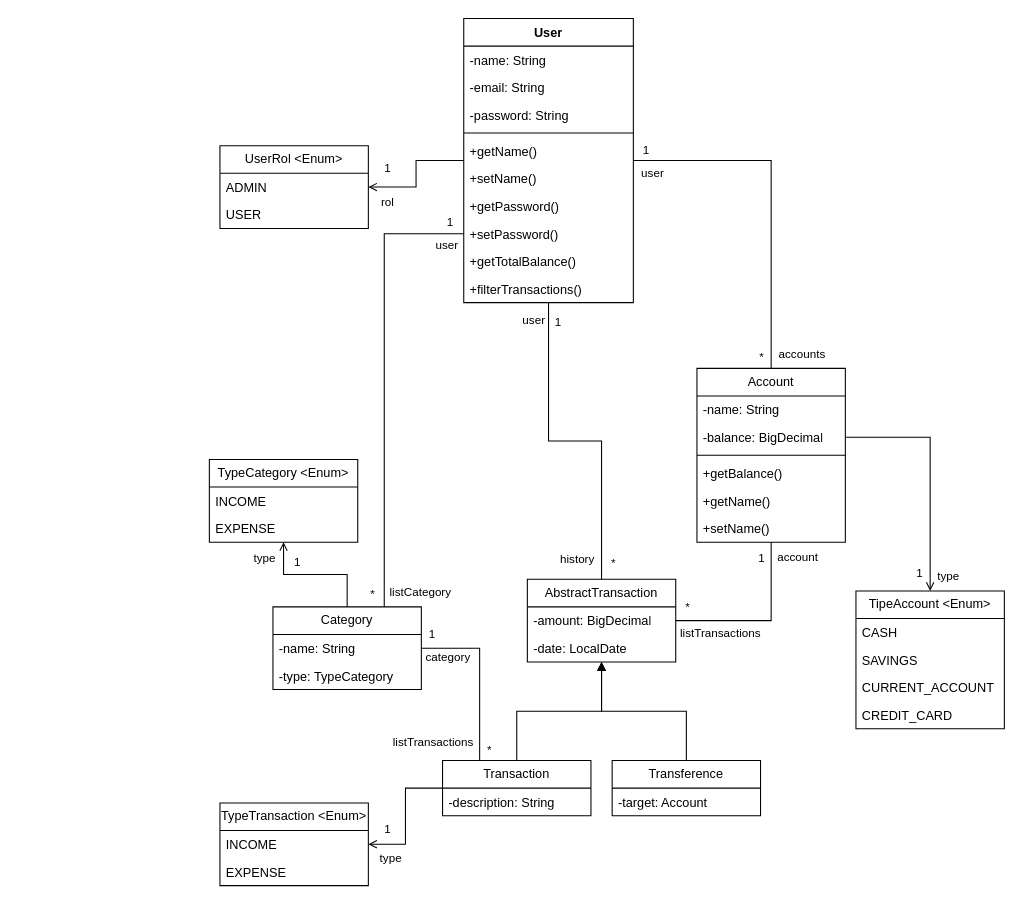
This is design/diagram-class.drawio from Miguelx2201/gestor-financiero, a draw.io file, before an edit. Source tidied: cells renumbered, new cells numbered last; positions are measured from the earlier drawing's top-left corner, leaving out a move shared by most shapes. Both pictures are drawn from the tidied source at 106%, with x=0, y=0 at pixel (209, 18).
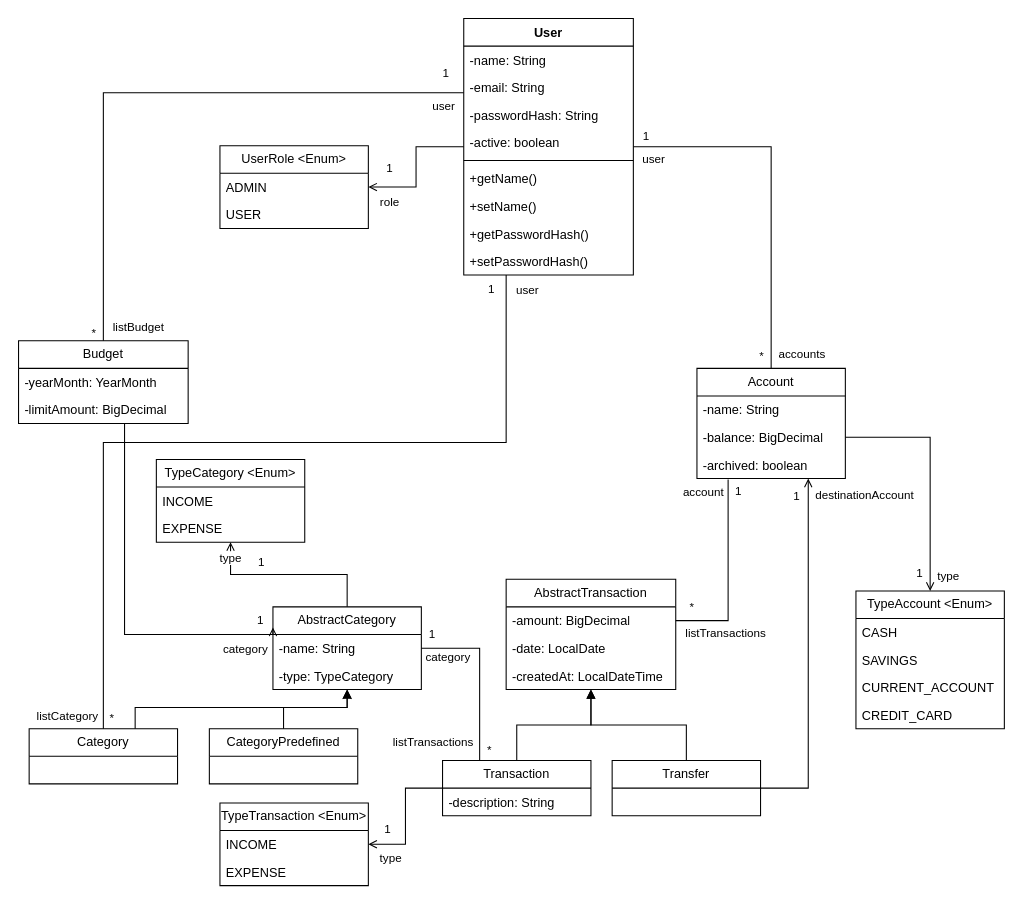
The same page after the edit.

Commit message (it also covers changes not shown here):
feat diagrama de clases

Unchanged cells that the change refers to:
```xml
<mxCell id="2" style="edgeStyle=orthogonalEdgeStyle;rounded=0;jettySize=auto;html=1;entryX=1;entryY=0.5;entryDx=0;entryDy=0;defaultLabelBackgroundColor=page;endArrow=open;endFill=0;" parent="1" edge="1" source="15" target="27">
  <mxGeometry relative="1" as="geometry" />
</mxCell>
```

Change to the diagram source:
```diff
@@
-    <mxCell id="4" value="rol" style="edgeLabel;html=1;align=center;verticalAlign=middle;inheritText=1;defaultLabelBackgroundColor=page;" parent="2" vertex="1">
+    <mxCell id="4" value="role" style="edgeLabel;html=1;align=center;verticalAlign=middle;inheritText=1;defaultLabelBackgroundColor=page;" parent="2" vertex="1">
       <mxGeometry x="0.74" y="2" relative="1" as="geometry">
         <mxPoint x="2" y="11" as="offset" />
       </mxGeometry>
     </mxCell>
-    <mxCell id="5" style="edgeStyle=orthogonalEdgeStyle;rounded=0;jettySize=auto;html=1;entryX=0.5;entryY=0;entryDx=0;entryDy=0;defaultLabelBackgroundColor=page;endArrow=none;endFill=0;" parent="1" edge="1" source="15" target="75">
-      <mxGeometry relative="1" as="geometry" />
-    </mxCell>
-    <mxCell id="6" value="1" style="edgeLabel;html=1;align=center;verticalAlign=middle;inheritText=1;defaultLabelBackgroundColor=page;" parent="5" vertex="1">
-      <mxGeometry x="-0.85" relative="1" as="geometry">
-        <mxPoint x="8" y="-5" as="offset" />
-      </mxGeometry>
-    </mxCell>
-    <mxCell id="7" value="user" style="edgeLabel;html=1;align=center;verticalAlign=middle;inheritText=1;defaultLabelBackgroundColor=page;" parent="5" vertex="1">
-      <mxGeometry x="-0.88" y="3" relative="1" as="geometry">
-        <mxPoint x="-18" y="-3" as="offset" />
-      </mxGeometry>
-    </mxCell>
-    <mxCell id="8" value="*" style="edgeLabel;html=1;align=center;verticalAlign=middle;inheritText=1;defaultLabelBackgroundColor=page;" parent="5" vertex="1">
-      <mxGeometry x="0.9" y="-1" relative="1" as="geometry">
-        <mxPoint x="11" as="offset" />
-      </mxGeometry>
-    </mxCell>
-    <mxCell id="9" value="history" style="edgeLabel;html=1;align=center;verticalAlign=middle;inheritText=1;defaultLabelBackgroundColor=page;" parent="5" vertex="1">
-      <mxGeometry x="0.85" relative="1" as="geometry">
-        <mxPoint x="-24" y="3" as="offset" />
-      </mxGeometry>
-    </mxCell>
@@
+    <mxCell id="83" style="edgeStyle=orthogonalEdgeStyle;rounded=0;jettySize=auto;html=1;entryX=0.5;entryY=0;entryDx=0;entryDy=0;defaultLabelBackgroundColor=page;endArrow=none;endFill=0;" parent="1" edge="1" source="15" target="97">
+      <mxGeometry relative="1" as="geometry">
+        <Array as="points">
+          <mxPoint x="-100" y="70" />
+        </Array>
+      </mxGeometry>
+    </mxCell>
+    <mxCell id="84" value="1" style="edgeLabel;html=1;align=center;verticalAlign=middle;inheritText=1;defaultLabelBackgroundColor=page;" parent="83" vertex="1">
+      <mxGeometry x="-0.93" y="2" relative="1" as="geometry">
+        <mxPoint x="2" y="-21" as="offset" />
+      </mxGeometry>
+    </mxCell>
+    <mxCell id="85" value="user" style="edgeLabel;html=1;align=center;verticalAlign=middle;inheritText=1;defaultLabelBackgroundColor=page;" parent="83" vertex="1">
+      <mxGeometry x="-0.93" y="-1" relative="1" as="geometry">
+        <mxPoint y="13" as="offset" />
+      </mxGeometry>
+    </mxCell>
+    <mxCell id="86" value="*" style="edgeLabel;html=1;align=center;verticalAlign=middle;inheritText=1;defaultLabelBackgroundColor=page;" parent="83" vertex="1">
+      <mxGeometry x="0.95" relative="1" as="geometry">
+        <mxPoint x="-10" y="6" as="offset" />
+      </mxGeometry>
+    </mxCell>
+    <mxCell id="87" value="listBudget" style="edgeLabel;html=1;align=center;verticalAlign=middle;inheritText=1;defaultLabelBackgroundColor=page;" parent="83" vertex="1">
+      <mxGeometry x="0.94" y="-1" relative="1" as="geometry">
+        <mxPoint x="33" y="3" as="offset" />
+      </mxGeometry>
+    </mxCell>
     <mxCell id="15" value="User" style="swimlane;fontStyle=1;align=center;verticalAlign=top;horizontal=1;startSize=26;whiteSpace=wrap;html=1;" parent="1" vertex="1">
-      <mxGeometry x="240" width="160" height="268" as="geometry" />
+      <mxGeometry x="240" width="160" height="242" as="geometry" />
     </mxCell>
@@
-    <mxCell id="18" value="-password: String" style="text;strokeColor=none;fillColor=none;align=left;verticalAlign=top;spacingLeft=4;spacingRight=4;overflow=hidden;whiteSpace=wrap;html=1;" parent="15" vertex="1">
+    <mxCell id="18" value="-passwordHash: String" style="text;strokeColor=none;fillColor=none;align=left;verticalAlign=top;spacingLeft=4;spacingRight=4;overflow=hidden;whiteSpace=wrap;html=1;" parent="15" vertex="1">
       <mxGeometry y="78" width="160" height="26" as="geometry" />
     </mxCell>
+    <mxCell id="88" value="-active: boolean" style="text;strokeColor=none;fillColor=none;align=left;verticalAlign=top;spacingLeft=4;spacingRight=4;overflow=hidden;whiteSpace=wrap;html=1;" parent="15" vertex="1">
+      <mxGeometry y="104" width="160" height="26" as="geometry" />
+    </mxCell>
     <mxCell id="19" style="line;strokeWidth=1;fillColor=none;align=left;verticalAlign=middle;spacingTop=-1;spacingLeft=3;spacingRight=3;labelPosition=right;strokeColor=inherit;labelPerimeter=1;" parent="15" vertex="1">
-      <mxGeometry y="104" width="160" height="8" as="geometry" />
+      <mxGeometry y="130" width="160" height="8" as="geometry" />
     </mxCell>
     <mxCell id="20" value="+getName()" style="text;strokeColor=none;fillColor=none;align=left;verticalAlign=top;spacingLeft=4;spacingRight=4;overflow=hidden;whiteSpace=wrap;html=1;" parent="15" vertex="1">
-      <mxGeometry y="112" width="160" height="26" as="geometry" />
+      <mxGeometry y="138" width="160" height="26" as="geometry" />
     </mxCell>
     <mxCell id="21" value="+setName()" style="text;strokeColor=none;fillColor=none;align=left;verticalAlign=top;spacingLeft=4;spacingRight=4;overflow=hidden;whiteSpace=wrap;html=1;" parent="15" vertex="1">
-      <mxGeometry y="138" width="160" height="26" as="geometry" />
+      <mxGeometry y="164" width="160" height="26" as="geometry" />
     </mxCell>
-    <mxCell id="22" value="+getPassword()" style="text;strokeColor=none;fillColor=none;align=left;verticalAlign=top;spacingLeft=4;spacingRight=4;overflow=hidden;whiteSpace=wrap;html=1;" parent="15" vertex="1">
-      <mxGeometry y="164" width="160" height="26" as="geometry" />
+    <mxCell id="22" value="+getPasswordHash()" style="text;strokeColor=none;fillColor=none;align=left;verticalAlign=top;spacingLeft=4;spacingRight=4;overflow=hidden;whiteSpace=wrap;html=1;" parent="15" vertex="1">
+      <mxGeometry y="190" width="160" height="26" as="geometry" />
     </mxCell>
-    <mxCell id="23" value="+setPassword()" style="text;strokeColor=none;fillColor=none;align=left;verticalAlign=top;spacingLeft=4;spacingRight=4;overflow=hidden;points=[[0,0.5],[1,0.5]];portConstraint=eastwest;whiteSpace=wrap;html=1;" parent="15" vertex="1">
-      <mxGeometry y="190" width="160" height="26" as="geometry" />
+    <mxCell id="23" value="+setPasswordHash()" style="text;strokeColor=none;fillColor=none;align=left;verticalAlign=top;spacingLeft=4;spacingRight=4;overflow=hidden;points=[[0,0.5],[1,0.5]];portConstraint=eastwest;whiteSpace=wrap;html=1;" parent="15" vertex="1">
+      <mxGeometry y="216" width="160" height="26" as="geometry" />
     </mxCell>
-    <mxCell id="24" value="+getTotalBalance()" style="text;strokeColor=none;fillColor=none;align=left;verticalAlign=top;spacingLeft=4;spacingRight=4;overflow=hidden;whiteSpace=wrap;html=1;" parent="15" vertex="1">
-      <mxGeometry y="216" width="160" height="26" as="geometry" />
-    </mxCell>
-    <mxCell id="25" value="+filterTransactions()" style="text;strokeColor=none;fillColor=none;align=left;verticalAlign=top;spacingLeft=4;spacingRight=4;overflow=hidden;whiteSpace=wrap;html=1;" parent="15" vertex="1">
-      <mxGeometry y="242" width="160" height="26" as="geometry" />
-    </mxCell>
-    <mxCell id="26" value="UserRol &amp;lt;Enum&amp;gt;" style="swimlane;fontStyle=0;horizontal=1;startSize=26;fillColor=none;whiteSpace=wrap;html=1;" parent="1" vertex="1">
+    <mxCell id="26" value="UserRole &amp;lt;Enum&amp;gt;" style="swimlane;fontStyle=0;horizontal=1;startSize=26;fillColor=none;whiteSpace=wrap;html=1;" parent="1" vertex="1">
       <mxGeometry x="10" y="120" width="140" height="78" as="geometry" />
     </mxCell>
@@
     <mxCell id="32" value="Account" style="swimlane;fontStyle=0;horizontal=1;startSize=26;fillColor=none;whiteSpace=wrap;html=1;" parent="1" vertex="1">
-      <mxGeometry x="460" y="330" width="140" height="164" as="geometry" />
+      <mxGeometry x="460" y="330" width="140" height="104" as="geometry" />
     </mxCell>
@@
-    <mxCell id="35" style="line;strokeWidth=1;fillColor=none;align=left;verticalAlign=middle;spacingTop=-1;spacingLeft=3;spacingRight=3;labelPosition=right;strokeColor=inherit;labelPerimeter=1;" parent="32" vertex="1">
-      <mxGeometry y="78" width="140" height="8" as="geometry" />
-    </mxCell>
-    <mxCell id="36" value="+getBalance()" style="text;strokeColor=none;fillColor=none;align=left;verticalAlign=top;spacingLeft=4;spacingRight=4;overflow=hidden;whiteSpace=wrap;html=1;" parent="32" vertex="1">
-      <mxGeometry y="86" width="140" height="26" as="geometry" />
-    </mxCell>
-    <mxCell id="37" value="+getName()" style="text;strokeColor=none;fillColor=none;align=left;verticalAlign=top;spacingLeft=4;spacingRight=4;overflow=hidden;whiteSpace=wrap;html=1;" parent="32" vertex="1">
-      <mxGeometry y="112" width="140" height="26" as="geometry" />
-    </mxCell>
-    <mxCell id="38" value="+setName()" style="text;strokeColor=none;fillColor=none;align=left;verticalAlign=top;spacingLeft=4;spacingRight=4;overflow=hidden;whiteSpace=wrap;html=1;" parent="32" vertex="1">
-      <mxGeometry y="138" width="140" height="26" as="geometry" />
-    </mxCell>
+    <mxCell id="89" value="-archived: boolean" style="text;strokeColor=none;fillColor=none;align=left;verticalAlign=top;spacingLeft=4;spacingRight=4;overflow=hidden;points=[[0,0.5],[1,0.5]];portConstraint=eastwest;whiteSpace=wrap;html=1;" parent="32" vertex="1">
+      <mxGeometry y="78" width="140" height="26" as="geometry" />
+    </mxCell>
-    <mxCell id="39" value="TipeAccount &amp;lt;Enum&amp;gt;" style="swimlane;fontStyle=0;horizontal=1;startSize=26;fillColor=none;whiteSpace=wrap;html=1;" parent="1" vertex="1">
+    <mxCell id="39" value="TypeAccount &amp;lt;Enum&amp;gt;" style="swimlane;fontStyle=0;horizontal=1;startSize=26;fillColor=none;whiteSpace=wrap;html=1;" parent="1" vertex="1">
       <mxGeometry x="610" y="540" width="140" height="130" as="geometry" />
     </mxCell>
@@
-    <mxCell id="47" style="edgeStyle=orthogonalEdgeStyle;rounded=0;jettySize=auto;html=1;exitX=0.75;exitY=0;exitDx=0;exitDy=0;entryX=0;entryY=0.5;entryDx=0;entryDy=0;defaultLabelBackgroundColor=page;endArrow=none;endFill=0;" parent="1" edge="1" source="52" target="23">
-      <mxGeometry relative="1" as="geometry" />
-    </mxCell>
-    <mxCell id="48" value="*" style="edgeLabel;html=1;align=center;verticalAlign=middle;inheritText=1;defaultLabelBackgroundColor=page;" parent="47" vertex="1">
-      <mxGeometry x="-0.9" relative="1" as="geometry">
-        <mxPoint x="-12" y="8" as="offset" />
-      </mxGeometry>
-    </mxCell>
-    <mxCell id="49" value="listCategory" style="edgeLabel;html=1;align=center;verticalAlign=middle;inheritText=1;defaultLabelBackgroundColor=page;" parent="47" vertex="1">
-      <mxGeometry x="-0.89" y="1" relative="1" as="geometry">
-        <mxPoint x="34" y="8" as="offset" />
-      </mxGeometry>
-    </mxCell>
-    <mxCell id="50" value="1" style="edgeLabel;html=1;align=center;verticalAlign=middle;inheritText=1;defaultLabelBackgroundColor=page;" parent="47" vertex="1">
-      <mxGeometry x="0.9" y="-2" relative="1" as="geometry">
-        <mxPoint x="7" y="-14" as="offset" />
-      </mxGeometry>
-    </mxCell>
-    <mxCell id="51" value="user" style="edgeLabel;html=1;align=center;verticalAlign=middle;inheritText=1;defaultLabelBackgroundColor=page;" parent="47" vertex="1">
-      <mxGeometry x="0.89" y="3" relative="1" as="geometry">
-        <mxPoint x="6" y="13" as="offset" />
-      </mxGeometry>
-    </mxCell>
-    <mxCell id="52" value="Category" style="swimlane;fontStyle=0;horizontal=1;startSize=26;fillColor=none;whiteSpace=wrap;html=1;" parent="1" vertex="1">
+    <mxCell id="52" value="AbstractCategory" style="swimlane;fontStyle=0;horizontal=1;startSize=26;fillColor=none;whiteSpace=wrap;html=1;" parent="1" vertex="1">
       <mxGeometry x="60" y="555" width="140" height="78" as="geometry" />
     </mxCell>
@@
     <mxCell id="55" value="TypeCategory &amp;lt;Enum&amp;gt;" style="swimlane;fontStyle=0;horizontal=1;startSize=26;fillColor=none;whiteSpace=wrap;html=1;" parent="1" vertex="1">
-      <mxGeometry y="416" width="140" height="78" as="geometry" />
+      <mxGeometry x="-50" y="416" width="140" height="78" as="geometry" />
     </mxCell>
@@
+    <mxCell id="90" style="edgeStyle=orthogonalEdgeStyle;rounded=0;jettySize=auto;html=1;entryX=0.75;entryY=1;entryDx=0;entryDy=0;defaultLabelBackgroundColor=page;endArrow=open;endFill=0;" parent="1" edge="1" source="70" target="32">
+      <mxGeometry relative="1" as="geometry">
+        <Array as="points">
+          <mxPoint x="565" y="726" />
+        </Array>
+      </mxGeometry>
+    </mxCell>
+    <mxCell id="91" value="1" style="edgeLabel;html=1;align=center;verticalAlign=middle;inheritText=1;defaultLabelBackgroundColor=page;" parent="90" vertex="1">
+      <mxGeometry x="0.87" relative="1" as="geometry">
+        <mxPoint x="-12" y="-6" as="offset" />
+      </mxGeometry>
+    </mxCell>
+    <mxCell id="92" value="destinationAccount" style="edgeLabel;html=1;align=center;verticalAlign=middle;inheritText=1;defaultLabelBackgroundColor=page;" parent="90" vertex="1">
+      <mxGeometry x="0.88" relative="1" as="geometry">
+        <mxPoint x="52" y="-5" as="offset" />
+      </mxGeometry>
+    </mxCell>
-    <mxCell id="70" value="Transference" style="swimlane;fontStyle=0;horizontal=1;startSize=26;fillColor=none;whiteSpace=wrap;html=1;" parent="1" vertex="1">
+    <mxCell id="70" value="Transfer" style="swimlane;fontStyle=0;horizontal=1;startSize=26;fillColor=none;whiteSpace=wrap;html=1;" parent="1" vertex="1">
       <mxGeometry x="380" y="700" width="140" height="52" as="geometry" />
     </mxCell>
-    <mxCell id="71" value="-target: Account" style="text;strokeColor=none;fillColor=none;align=left;verticalAlign=top;spacingLeft=4;spacingRight=4;overflow=hidden;whiteSpace=wrap;html=1;" parent="70" vertex="1">
-      <mxGeometry y="26" width="140" height="26" as="geometry" />
-    </mxCell>
@@
     <mxCell id="75" value="AbstractTransaction" style="swimlane;fontStyle=0;horizontal=1;startSize=26;fillColor=none;whiteSpace=wrap;html=1;" parent="1" vertex="1">
-      <mxGeometry x="300" y="529" width="140" height="78" as="geometry" />
+      <mxGeometry x="280" y="529" width="160" height="104" as="geometry" />
     </mxCell>
     <mxCell id="76" value="-amount: BigDecimal" style="text;strokeColor=none;fillColor=none;align=left;verticalAlign=top;spacingLeft=4;spacingRight=4;overflow=hidden;points=[[0,0.5],[1,0.5]];portConstraint=eastwest;whiteSpace=wrap;html=1;" parent="75" vertex="1">
-      <mxGeometry y="26" width="140" height="26" as="geometry" />
+      <mxGeometry y="26" width="160" height="26" as="geometry" />
     </mxCell>
+    <mxCell id="93" value="-date: LocalDate" style="text;strokeColor=none;fillColor=none;align=left;verticalAlign=top;spacingLeft=4;spacingRight=4;overflow=hidden;whiteSpace=wrap;html=1;" parent="75" vertex="1">
+      <mxGeometry y="52" width="160" height="26" as="geometry" />
+    </mxCell>
-    <mxCell id="77" value="-date: LocalDate" style="text;strokeColor=none;fillColor=none;align=left;verticalAlign=top;spacingLeft=4;spacingRight=4;overflow=hidden;whiteSpace=wrap;html=1;" parent="75" vertex="1">
-      <mxGeometry y="52" width="140" height="26" as="geometry" />
+    <mxCell id="77" value="-createdAt: LocalDateTime" style="text;strokeColor=none;fillColor=none;align=left;verticalAlign=top;spacingLeft=4;spacingRight=4;overflow=hidden;whiteSpace=wrap;html=1;" parent="75" vertex="1">
+      <mxGeometry y="78" width="160" height="26" as="geometry" />
     </mxCell>
-    <mxCell id="78" style="edgeStyle=orthogonalEdgeStyle;rounded=0;jettySize=auto;html=1;entryX=0.5;entryY=1;entryDx=0;entryDy=0;defaultLabelBackgroundColor=page;endArrow=none;endFill=0;" parent="1" edge="1" source="76" target="32">
+    <mxCell id="78" style="edgeStyle=orthogonalEdgeStyle;rounded=0;jettySize=auto;html=1;defaultLabelBackgroundColor=page;endArrow=none;endFill=0;entryX=0.21;entryY=1.029;entryDx=0;entryDy=0;entryPerimeter=0;" parent="1" edge="1" source="76" target="89">
       <mxGeometry relative="1" as="geometry" />
     </mxCell>
     <mxCell id="79" value="1" style="edgeLabel;html=1;align=center;verticalAlign=middle;inheritText=1;defaultLabelBackgroundColor=page;" parent="78" vertex="1">
       <mxGeometry x="0.83" y="-3" relative="1" as="geometry">
-        <mxPoint x="-13" as="offset" />
+        <mxPoint x="6" y="-5" as="offset" />
       </mxGeometry>
     </mxCell>
     <mxCell id="80" value="account" style="edgeLabel;html=1;align=center;verticalAlign=middle;inheritText=1;defaultLabelBackgroundColor=page;" parent="78" vertex="1">
       <mxGeometry x="0.63" y="-3" relative="1" as="geometry">
-        <mxPoint x="21" y="-17" as="offset" />
+        <mxPoint x="-27" y="-22" as="offset" />
       </mxGeometry>
     </mxCell>
     <mxCell id="81" value="*" style="edgeLabel;html=1;align=center;verticalAlign=middle;inheritText=1;defaultLabelBackgroundColor=page;" parent="78" vertex="1">
-      <mxGeometry x="-0.88" relative="1" as="geometry">
+      <mxGeometry x="-0.85" relative="1" as="geometry">
         <mxPoint y="-14" as="offset" />
       </mxGeometry>
     </mxCell>
     <mxCell id="82" value="listTransactions" style="edgeLabel;html=1;align=center;verticalAlign=middle;inheritText=1;defaultLabelBackgroundColor=page;" parent="78" vertex="1">
-      <mxGeometry x="-0.84" y="-1" relative="1" as="geometry">
+      <mxGeometry x="-0.8" y="-1" relative="1" as="geometry">
         <mxPoint x="28" y="10" as="offset" />
       </mxGeometry>
     </mxCell>
+    <mxCell id="94" style="edgeStyle=orthogonalEdgeStyle;rounded=0;jettySize=auto;html=1;entryX=0;entryY=0.25;entryDx=0;entryDy=0;defaultLabelBackgroundColor=page;endArrow=open;endFill=0;" parent="1" edge="1" source="97" target="52">
+      <mxGeometry relative="1" as="geometry">
+        <Array as="points">
+          <mxPoint x="-80" y="581" />
+        </Array>
+      </mxGeometry>
+    </mxCell>
+    <mxCell id="95" value="1" style="edgeLabel;html=1;align=center;verticalAlign=middle;inheritText=1;defaultLabelBackgroundColor=page;" parent="94" vertex="1">
+      <mxGeometry x="0.9" y="2" relative="1" as="geometry">
+        <mxPoint x="-2" y="-12" as="offset" />
+      </mxGeometry>
+    </mxCell>
+    <mxCell id="96" value="category" style="edgeLabel;html=1;align=center;verticalAlign=middle;inheritText=1;defaultLabelBackgroundColor=page;" parent="94" vertex="1">
+      <mxGeometry x="0.88" relative="1" as="geometry">
+        <mxPoint x="-13" y="13" as="offset" />
+      </mxGeometry>
+    </mxCell>
+    <mxCell id="97" value="Budget" style="swimlane;fontStyle=0;horizontal=1;startSize=26;fillColor=none;whiteSpace=wrap;html=1;" parent="1" vertex="1">
+      <mxGeometry x="-180" y="304" width="160" height="78" as="geometry" />
+    </mxCell>
+    <mxCell id="98" value="-yearMonth: YearMonth" style="text;strokeColor=none;fillColor=none;align=left;verticalAlign=top;spacingLeft=4;spacingRight=4;overflow=hidden;whiteSpace=wrap;html=1;" parent="97" vertex="1">
+      <mxGeometry y="26" width="160" height="26" as="geometry" />
+    </mxCell>
+    <mxCell id="99" value="-limitAmount: BigDecimal" style="text;strokeColor=none;fillColor=none;align=left;verticalAlign=top;spacingLeft=4;spacingRight=4;overflow=hidden;whiteSpace=wrap;html=1;" parent="97" vertex="1">
+      <mxGeometry y="52" width="160" height="26" as="geometry" />
+    </mxCell>
+    <mxCell id="100" style="edgeStyle=orthogonalEdgeStyle;rounded=0;jettySize=auto;html=1;entryX=0.5;entryY=1;entryDx=0;entryDy=0;defaultLabelBackgroundColor=page;endArrow=block;endFill=1;" parent="1" edge="1" source="101" target="52">
+      <mxGeometry relative="1" as="geometry" />
+    </mxCell>
+    <mxCell id="101" value="CategoryPredefined" style="swimlane;fontStyle=0;horizontal=1;startSize=26;fillColor=none;whiteSpace=wrap;html=1;" parent="1" vertex="1">
+      <mxGeometry y="670" width="140" height="52" as="geometry" />
+    </mxCell>
+    <mxCell id="102" style="edgeStyle=orthogonalEdgeStyle;rounded=0;jettySize=auto;html=1;entryX=0.5;entryY=1;entryDx=0;entryDy=0;defaultLabelBackgroundColor=page;" parent="1" edge="1" source="107" target="52">
+      <mxGeometry x="-0.12" relative="1" as="geometry">
+        <Array as="points">
+          <mxPoint x="-70" y="650" />
+          <mxPoint x="130" y="650" />
+        </Array>
+      </mxGeometry>
+    </mxCell>
+    <mxCell id="103" style="edgeStyle=orthogonalEdgeStyle;rounded=0;jettySize=auto;html=1;entryX=0.25;entryY=1;entryDx=0;entryDy=0;defaultLabelBackgroundColor=page;endArrow=none;endFill=0;" parent="1" edge="1" source="107" target="15">
+      <mxGeometry relative="1" as="geometry">
+        <Array as="points">
+          <mxPoint x="-100" y="400" />
+          <mxPoint x="280" y="400" />
+        </Array>
+      </mxGeometry>
+    </mxCell>
+    <mxCell id="104" value="1" style="edgeLabel;html=1;align=center;verticalAlign=middle;inheritText=1;defaultLabelBackgroundColor=page;" parent="103" vertex="1">
+      <mxGeometry x="0.97" y="3" relative="1" as="geometry">
+        <mxPoint x="-12" as="offset" />
+      </mxGeometry>
+    </mxCell>
+    <mxCell id="105" value="user" style="edgeLabel;html=1;align=center;verticalAlign=middle;inheritText=1;defaultLabelBackgroundColor=page;" parent="103" vertex="1">
+      <mxGeometry x="0.95" y="2" relative="1" as="geometry">
+        <mxPoint x="21" y="-7" as="offset" />
+      </mxGeometry>
+    </mxCell>
+    <mxCell id="106" value="*" style="edgeLabel;html=1;align=center;verticalAlign=middle;inheritText=1;defaultLabelBackgroundColor=page;" parent="103" vertex="1">
+      <mxGeometry x="-0.97" relative="1" as="geometry">
+        <mxPoint x="7" y="1" as="offset" />
+      </mxGeometry>
+    </mxCell>
+    <mxCell id="49" value="listCategory" style="edgeLabel;html=1;align=center;verticalAlign=middle;inheritText=1;defaultLabelBackgroundColor=page;" parent="103" vertex="1">
+      <mxGeometry x="-0.96" y="-1" relative="1" as="geometry">
+        <mxPoint x="-36" y="3" as="offset" />
+      </mxGeometry>
+    </mxCell>
+    <mxCell id="107" value="Category" style="swimlane;fontStyle=0;horizontal=1;startSize=26;fillColor=none;whiteSpace=wrap;html=1;" parent="1" vertex="1">
+      <mxGeometry x="-170" y="670" width="140" height="52" as="geometry" />
+    </mxCell>
```
